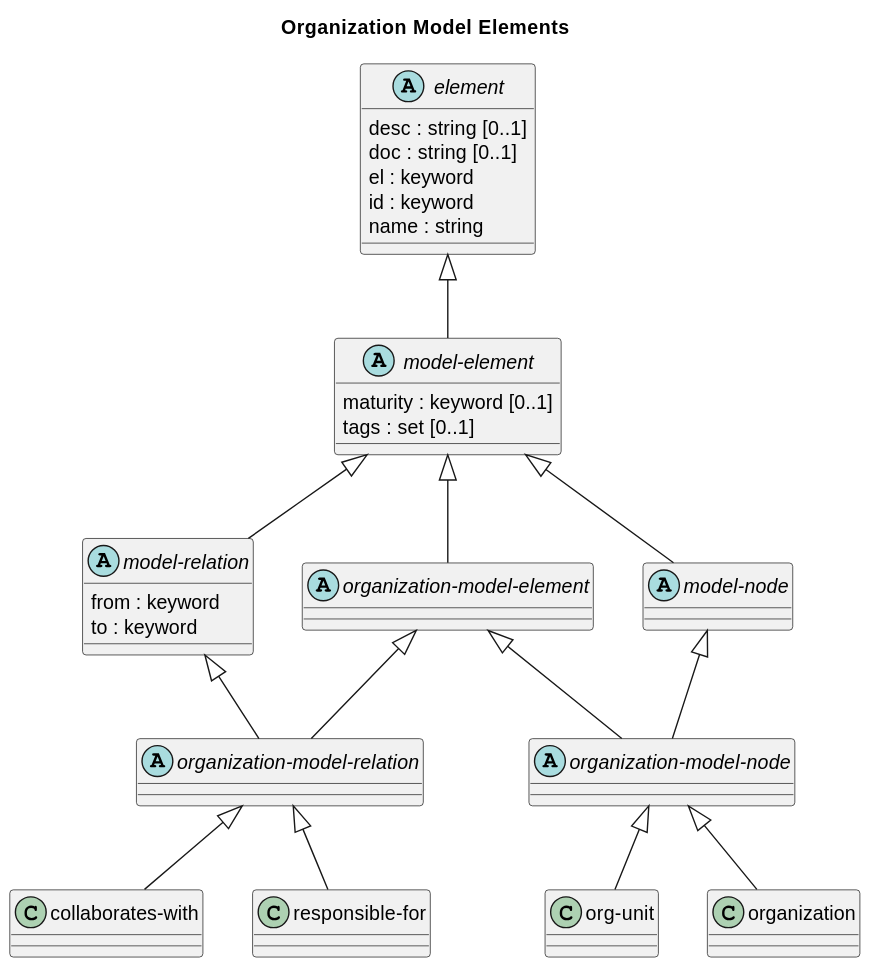
soulspace-org/overarch keeps this PlantUML diagram as doc/images/overarch/data-model/organization-model-elements.svg. Above is the earlier version. Source of this version:
```plantuml
@startuml
title Organization Model Elements

abstract class "element" as overarch_dataModel_element {
  desc : string [0..1]
  doc : string [0..1]
  el : keyword
  id : keyword
  name : string
}
abstract class "organization-model-relation" as overarch_dataModel_organizationModelRelation {}
class "org-unit" as overarch_dataModel_orgUnit {}
abstract class "organization-model-element" as overarch_dataModel_organizationModelElement {}
class "collaborates-with" as overarch_dataModel_collaboratesWith {}
abstract class "model-node" as overarch_dataModel_modelNode {}
class "responsible-for" as overarch_dataModel_responsibleFor {}
class "organization" as overarch_dataModel_organization {}
abstract class "model-relation" as overarch_dataModel_modelRelation {
  from : keyword
  to : keyword
}
abstract class "model-element" as overarch_dataModel_modelElement {
  maturity : keyword [0..1]
  tags : set [0..1]
}
abstract class "organization-model-node" as overarch_dataModel_organizationModelNode {}
overarch_dataModel_element <|-- overarch_dataModel_modelElement
overarch_dataModel_modelElement <|-- overarch_dataModel_modelNode
overarch_dataModel_modelRelation <|-- overarch_dataModel_organizationModelRelation
overarch_dataModel_organizationModelElement <|-- overarch_dataModel_organizationModelNode
overarch_dataModel_organizationModelRelation <|-- overarch_dataModel_collaboratesWith
overarch_dataModel_modelElement <|-- overarch_dataModel_modelRelation
overarch_dataModel_organizationModelElement <|-- overarch_dataModel_organizationModelRelation
overarch_dataModel_modelElement <|-- overarch_dataModel_organizationModelElement
overarch_dataModel_organizationModelNode <|-- overarch_dataModel_orgUnit
overarch_dataModel_organizationModelRelation <|-- overarch_dataModel_responsibleFor
overarch_dataModel_modelNode <|-- overarch_dataModel_organizationModelNode
overarch_dataModel_organizationModelNode <|-- overarch_dataModel_organization
@enduml
```
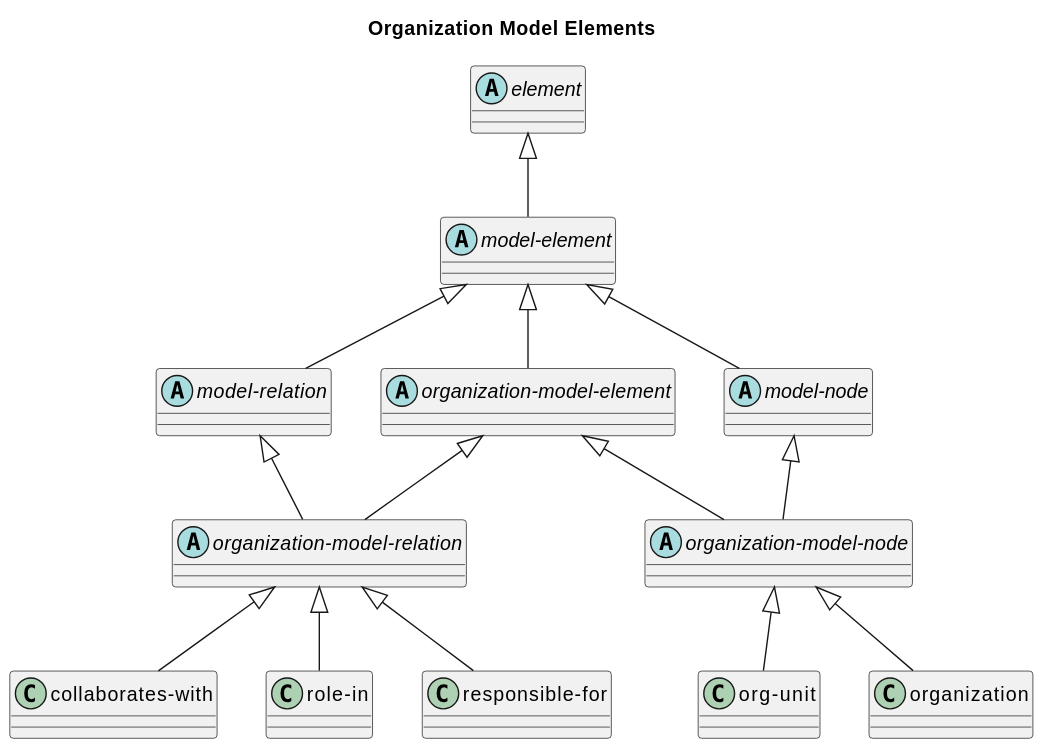
The same file after the commit.

Commit message:
updated data model diagrams for organization and process model

The edit, as a diff of the source:
```diff
@@ -1,28 +1,17 @@
 @startuml
 title Organization Model Elements
 
-abstract class "element" as overarch_dataModel_element {
-  desc : string [0..1]
-  doc : string [0..1]
-  el : keyword
-  id : keyword
-  name : string
-}
+abstract class "element" as overarch_dataModel_element {}
 abstract class "organization-model-relation" as overarch_dataModel_organizationModelRelation {}
 class "org-unit" as overarch_dataModel_orgUnit {}
 abstract class "organization-model-element" as overarch_dataModel_organizationModelElement {}
 class "collaborates-with" as overarch_dataModel_collaboratesWith {}
+class "role-in" as overarch_dataModel_roleIn {}
 abstract class "model-node" as overarch_dataModel_modelNode {}
 class "responsible-for" as overarch_dataModel_responsibleFor {}
 class "organization" as overarch_dataModel_organization {}
-abstract class "model-relation" as overarch_dataModel_modelRelation {
-  from : keyword
-  to : keyword
-}
-abstract class "model-element" as overarch_dataModel_modelElement {
-  maturity : keyword [0..1]
-  tags : set [0..1]
-}
+abstract class "model-relation" as overarch_dataModel_modelRelation {}
+abstract class "model-element" as overarch_dataModel_modelElement {}
 abstract class "organization-model-node" as overarch_dataModel_organizationModelNode {}
 overarch_dataModel_element <|-- overarch_dataModel_modelElement
 overarch_dataModel_modelElement <|-- overarch_dataModel_modelNode
@@ -34,6 +23,7 @@
 overarch_dataModel_modelElement <|-- overarch_dataModel_organizationModelElement
 overarch_dataModel_organizationModelNode <|-- overarch_dataModel_orgUnit
 overarch_dataModel_organizationModelRelation <|-- overarch_dataModel_responsibleFor
+overarch_dataModel_organizationModelRelation <|-- overarch_dataModel_roleIn
 overarch_dataModel_modelNode <|-- overarch_dataModel_organizationModelNode
 overarch_dataModel_organizationModelNode <|-- overarch_dataModel_organization
 @enduml
```
